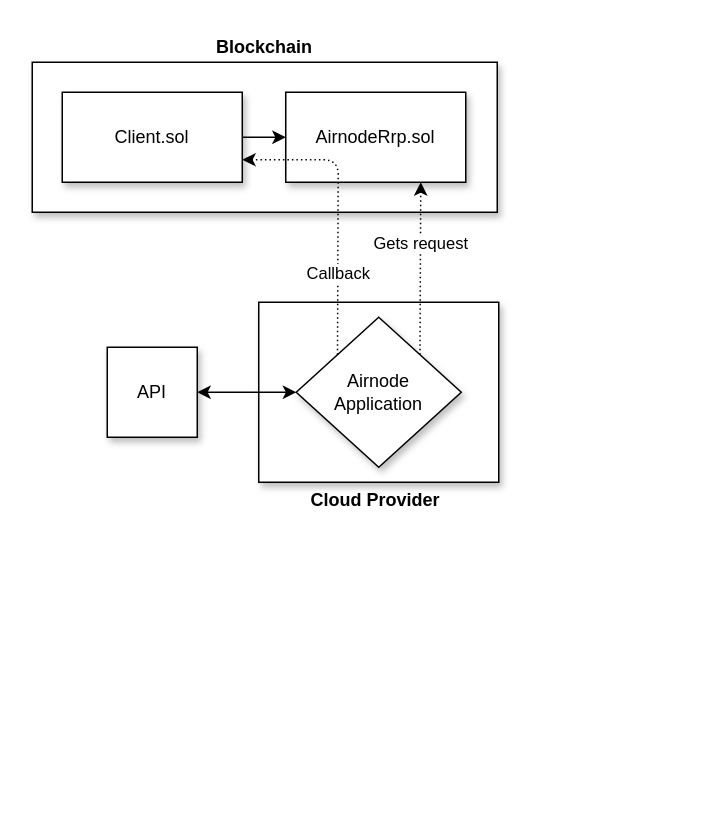
Earlier version of the draw.io diagram docs/next/assets/diagrams/call-an-airnode.drawio (api3dao/old-api3-docs). Source tidied: cells renumbered, new cells numbered last; positions are measured from the earlier drawing's top-left corner, leaving out a move shared by most shapes. Both pictures are drawn from the tidied source at 150%, with x=0, y=0 at pixel (32, 32).
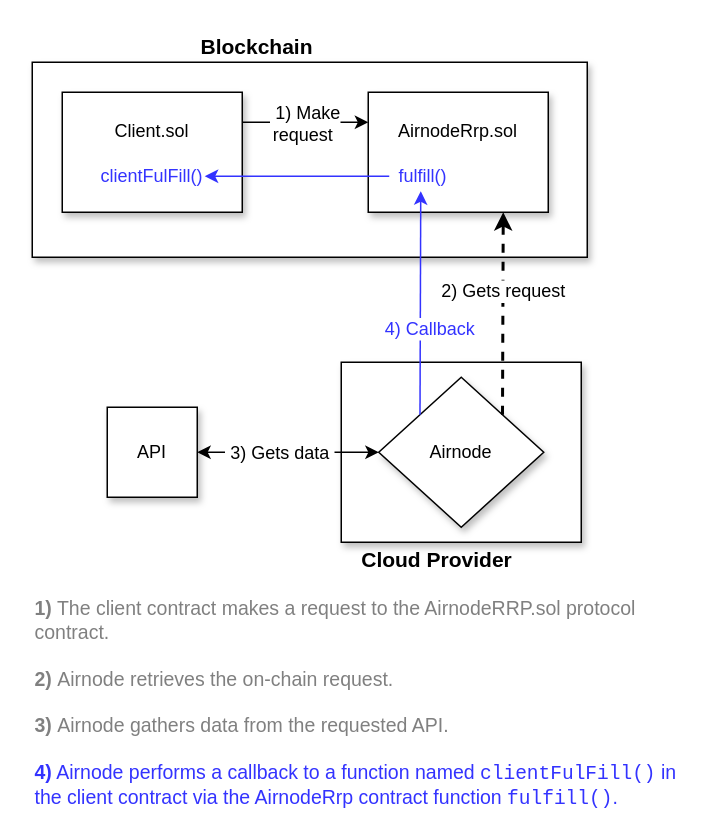
The same page after the edit.

Commit message (it also covers changes not shown here):
Statuscodes and call-an-airnode These are related. Will need to move beyond stauscodes in the call-an-airnode doc moving forward.

The change refers to these unchanged cells:
```xml
<mxCell id="12" style="endArrow=classic;startArrow=classic;html=1;entryX=1;entryY=0.5;entryDx=0;entryDy=0;exitX=0;exitY=0.5;exitDx=0;exitDy=0;" parent="1" edge="1" source="11" target="9">
  <mxGeometry relative="1" as="geometry" />
</mxCell>
```

Change to the diagram source:
```diff
@@
     <mxCell id="2" style="rounded=0;whiteSpace=wrap;html=1;shadow=1;" parent="1" vertex="1">
-      <mxGeometry x="151" y="180" width="160" height="120" as="geometry" />
+      <mxGeometry x="206" y="220" width="160" height="120" as="geometry" />
     </mxCell>
     <mxCell id="3" style="rounded=0;whiteSpace=wrap;html=1;shadow=1;" parent="1" vertex="1">
-      <mxGeometry y="20" width="310" height="100" as="geometry" />
+      <mxGeometry y="20" width="370" height="130" as="geometry" />
     </mxCell>
-    <mxCell id="4" style="edgeStyle=orthogonalEdgeStyle;rounded=0;jettySize=auto;html=1;entryX=0;entryY=0.5;entryDx=0;entryDy=0;" parent="1" edge="1" source="5" target="6">
-      <mxGeometry relative="1" as="geometry" />
-    </mxCell>
-    <mxCell id="5" value="Client.sol" style="rounded=0;whiteSpace=wrap;html=1;shadow=1;" parent="1" vertex="1">
-      <mxGeometry x="20" y="40" width="120" height="60" as="geometry" />
+    <mxCell id="5" value="Client.sol&lt;br&gt;&lt;br&gt;&lt;br&gt;" style="rounded=0;whiteSpace=wrap;html=1;shadow=1;" parent="1" vertex="1">
+      <mxGeometry x="20" y="40" width="120" height="80" as="geometry" />
     </mxCell>
-    <mxCell id="6" value="AirnodeRrp.sol" style="rounded=0;whiteSpace=wrap;html=1;shadow=1;" parent="1" vertex="1">
-      <mxGeometry x="169" y="40" width="120" height="60" as="geometry" />
+    <mxCell id="6" value="AirnodeRrp.sol&lt;br&gt;&lt;br&gt;&lt;br&gt;" style="rounded=0;whiteSpace=wrap;html=1;shadow=1;" parent="1" vertex="1">
+      <mxGeometry x="224" y="40" width="120" height="80" as="geometry" />
     </mxCell>
-    <mxCell id="7" value="&lt;font style=&quot;font-size: 12px;&quot;&gt;Cloud Provider&lt;/font&gt;" style="text;html=1;strokeColor=none;fillColor=none;align=center;verticalAlign=middle;whiteSpace=wrap;rounded=0;shadow=1;fontSize=12;fontStyle=1;" parent="1" vertex="1">
-      <mxGeometry x="149" y="302" width="160" height="20" as="geometry" />
+    <mxCell id="7" value="&lt;font style=&quot;font-size: 14px;&quot;&gt;Cloud Provider&lt;/font&gt;" style="text;html=1;strokeColor=none;fillColor=none;align=center;verticalAlign=middle;whiteSpace=wrap;rounded=0;shadow=1;fontSize=14;fontStyle=1;" parent="1" vertex="1">
+      <mxGeometry x="190" y="342" width="160" height="20" as="geometry" />
     </mxCell>
-    <mxCell id="8" value="&lt;font style=&quot;font-size: 12px;&quot;&gt;Blockchain&lt;/font&gt;" style="text;html=1;strokeColor=none;fillColor=none;align=center;verticalAlign=middle;whiteSpace=wrap;rounded=0;shadow=1;fontSize=12;fontStyle=1;" parent="1" vertex="1">
-      <mxGeometry x="135" width="40" height="20" as="geometry" />
+    <mxCell id="8" value="&lt;font style=&quot;font-size: 14px;&quot;&gt;Blockchain&lt;/font&gt;" style="text;html=1;strokeColor=none;fillColor=none;align=center;verticalAlign=middle;whiteSpace=wrap;rounded=0;shadow=1;fontSize=14;fontStyle=1;" parent="1" vertex="1">
+      <mxGeometry x="110" width="80" height="20" as="geometry" />
     </mxCell>
     <mxCell id="9" value="API" style="rounded=0;whiteSpace=wrap;html=1;shadow=1;" parent="1" vertex="1">
-      <mxGeometry x="50" y="210" width="60" height="60" as="geometry" />
+      <mxGeometry x="50" y="250" width="60" height="60" as="geometry" />
     </mxCell>
-    <mxCell id="10" style="edgeStyle=orthogonalEdgeStyle;rounded=0;orthogonalLoop=1;jettySize=auto;html=1;exitX=0.5;exitY=1;exitDx=0;exitDy=0;" parent="1" edge="1" source="3" target="3">
-      <mxGeometry relative="1" as="geometry" />
+    <mxCell id="10" style="edgeStyle=orthogonalEdgeStyle;rounded=0;orthogonalLoop=1;jettySize=auto;html=1;exitX=0.5;exitY=1;exitDx=0;exitDy=0;" parent="1" edge="1">
+      <mxGeometry relative="1" as="geometry">
+        <mxPoint x="199" y="150" as="sourcePoint" />
+        <mxPoint x="199" y="150" as="targetPoint" />
+      </mxGeometry>
     </mxCell>
-    <mxCell id="11" value="Airnode&lt;br&gt;Application" style="rhombus;whiteSpace=wrap;html=1;shadow=1;" parent="1" vertex="1">
-      <mxGeometry x="176" y="190" width="110" height="100" as="geometry" />
+    <mxCell id="11" value="Airnode" style="rhombus;whiteSpace=wrap;html=1;shadow=1;" parent="1" vertex="1">
+      <mxGeometry x="231" y="230" width="110" height="100" as="geometry" />
     </mxCell>
@@
-    <mxCell id="13" style="endArrow=classic;html=1;entryX=1;entryY=0.75;entryDx=0;entryDy=0;exitX=0;exitY=0;exitDx=0;exitDy=0;dashed=1;dashPattern=1 2;" parent="1" edge="1">
-      <mxGeometry relative="1" as="geometry">
-        <mxPoint x="203.5" y="215" as="sourcePoint" />
-        <mxPoint x="140" y="85" as="targetPoint" />
-        <Array as="points">
-          <mxPoint x="204" y="85" />
-        </Array>
-      </mxGeometry>
-    </mxCell>
-    <mxCell id="14" value="Callback" style="edgeLabel;html=1;align=center;verticalAlign=middle;" parent="13" vertex="1">
-      <mxGeometry relative="1" as="geometry">
-        <mxPoint y="42" as="offset" />
-      </mxGeometry>
-    </mxCell>
+    <mxCell id="17" value="&lt;font style=&quot;font-size: 12px&quot; color=&quot;#000000&quot;&gt;&amp;nbsp;3) Gets data&amp;nbsp;&lt;/font&gt;" style="edgeLabel;html=1;align=center;verticalAlign=middle;fontSize=11;fontColor=#3333FF;" parent="12" vertex="1">
+      <mxGeometry x="0.07" relative="1" as="geometry">
+        <mxPoint x="-2" as="offset" />
+      </mxGeometry>
+    </mxCell>
-    <mxCell id="15" style="endArrow=classic;html=1;dashed=1;dashPattern=1 2;entryX=0.75;entryY=1;entryDx=0;entryDy=0;exitX=1;exitY=0;exitDx=0;exitDy=0;" parent="1" edge="1" source="11" target="6">
+    <mxCell id="15" style="endArrow=classic;html=1;dashed=1;entryX=0.75;entryY=1;entryDx=0;entryDy=0;exitX=1;exitY=0;exitDx=0;exitDy=0;strokeWidth=2;" parent="1" edge="1" source="11" target="6">
       <mxGeometry relative="1" as="geometry" />
     </mxCell>
-    <mxCell id="16" value="Gets request" style="edgeLabel;html=1;align=center;verticalAlign=middle;" parent="15" vertex="1">
+    <mxCell id="16" value="&lt;font style=&quot;font-size: 12px&quot;&gt;2) Gets request&lt;/font&gt;" style="edgeLabel;html=1;align=center;verticalAlign=middle;" parent="15" vertex="1">
       <mxGeometry relative="1" as="geometry">
-        <mxPoint y="-17" as="offset" />
+        <mxPoint y="-15" as="offset" />
       </mxGeometry>
     </mxCell>
+    <mxCell id="18" value="&lt;font style=&quot;font-size: 12px&quot;&gt;clientFulFill()&lt;/font&gt;" style="text;html=1;align=center;verticalAlign=middle;whiteSpace=wrap;rounded=0;fontSize=11;fontColor=#3333FF;" parent="1" vertex="1">
+      <mxGeometry x="45" y="86" width="70" height="20" as="geometry" />
+    </mxCell>
+    <mxCell id="19" style="edgeStyle=orthogonalEdgeStyle;rounded=0;jettySize=auto;html=1;fontSize=11;fontColor=#3333FF;strokeColor=#3333FF;entryX=1;entryY=0.5;entryDx=0;entryDy=0;strokeWidth=1;" parent="1" edge="1" source="20" target="18">
+      <mxGeometry relative="1" as="geometry" />
+    </mxCell>
+    <mxCell id="20" value="&lt;font style=&quot;font-size: 12px&quot;&gt;&amp;nbsp;fulfill()&lt;/font&gt;" style="text;html=1;strokeColor=none;fillColor=none;align=center;verticalAlign=middle;whiteSpace=wrap;rounded=0;fontSize=11;fontColor=#3333FF;" parent="1" vertex="1">
+      <mxGeometry x="238" y="86" width="42" height="20" as="geometry" />
+    </mxCell>
+    <mxCell id="21" value="&lt;font style=&quot;font-size: 12px&quot;&gt;4) Callback&lt;/font&gt;" style="endArrow=classic;html=1;fontSize=11;fontColor=#3333FF;strokeColor=#3333FF;entryX=0.5;entryY=1;entryDx=0;entryDy=0;exitX=0;exitY=0;exitDx=0;exitDy=0;strokeWidth=1;" parent="1" edge="1" source="11" target="20">
+      <mxGeometry x="-0.24" y="-6" relative="1" as="geometry" />
+    </mxCell>
+    <mxCell id="4" style="endArrow=classic;html=1;fontSize=11;fontColor=#3333FF;strokeWidth=1;exitX=1;exitY=0.25;exitDx=0;exitDy=0;entryX=0;entryY=0.25;entryDx=0;entryDy=0;entryPerimeter=0;" parent="1" edge="1" source="5" target="6">
+      <mxGeometry relative="1" as="geometry" />
+    </mxCell>
+    <mxCell id="22" value="&lt;font color=&quot;#000000&quot; style=&quot;font-size: 12px&quot;&gt;&amp;nbsp;1) Make &lt;br&gt;request&amp;nbsp;&lt;/font&gt;" style="edgeLabel;html=1;align=center;verticalAlign=middle;fontSize=11;fontColor=#3333FF;" parent="4" vertex="1">
+      <mxGeometry x="-0.03" relative="1" as="geometry" />
+    </mxCell>
+    <mxCell id="23" value="&lt;font style=&quot;font-size: 13px&quot;&gt;&lt;font style=&quot;font-size: 13px&quot;&gt;&lt;font color=&quot;#808080&quot;&gt;&lt;font style=&quot;font-size: 13px&quot;&gt;&lt;b&gt;1)&lt;/b&gt; The client contract makes a request to the AirnodeRRP.sol protocol contract.&amp;nbsp;&lt;br&gt;&lt;/font&gt;&lt;br&gt;&lt;font style=&quot;font-size: 13px&quot;&gt;&lt;b&gt;2)&lt;/b&gt;&amp;nbsp;Airnode retrieves the on-chain request.&lt;br&gt;&lt;/font&gt;&lt;br&gt;&lt;/font&gt;&lt;font style=&quot;font-size: 13px&quot;&gt;&lt;font color=&quot;#808080&quot;&gt;&lt;b&gt;3)&lt;/b&gt;&amp;nbsp;Airnode gathers data from the requested API.&lt;/font&gt;&lt;br&gt;&lt;/font&gt;&lt;br&gt;&lt;b&gt;4)&lt;/b&gt; &lt;/font&gt;&lt;font style=&quot;font-size: 13px&quot;&gt;&lt;font style=&quot;font-size: 13px&quot;&gt;Airnode&amp;nbsp;&lt;/font&gt;&lt;span style=&quot;background-color: rgb(255 , 255 , 255)&quot;&gt;performs a callback to a function named &lt;font face=&quot;Courier New&quot; style=&quot;font-size: 13px&quot;&gt;clientFulFill()&lt;/font&gt; in the client contract via the AirnodeRrp contract function &lt;font face=&quot;Courier New&quot; style=&quot;font-size: 13px&quot;&gt;fulfill()&lt;/font&gt;.&lt;/span&gt;&lt;/font&gt;&lt;/font&gt;&lt;font style=&quot;font-size: 12px&quot; color=&quot;#000000&quot;&gt;&lt;br&gt;&lt;/font&gt;" style="text;html=1;strokeColor=none;fillColor=none;align=left;verticalAlign=top;whiteSpace=wrap;rounded=0;fontSize=11;fontColor=#3333FF;" parent="1" vertex="1">
+      <mxGeometry y="370" width="440" height="130" as="geometry" />
+    </mxCell>
+    <mxCell id="24" style="edgeStyle=orthogonalEdgeStyle;rounded=0;orthogonalLoop=1;jettySize=auto;html=1;exitX=0.5;exitY=1;exitDx=0;exitDy=0;dashed=1;fontSize=11;fontColor=#3333FF;strokeColor=#009900;strokeWidth=2;" parent="1" edge="1" source="23" target="23">
+      <mxGeometry relative="1" as="geometry" />
+    </mxCell>
```
